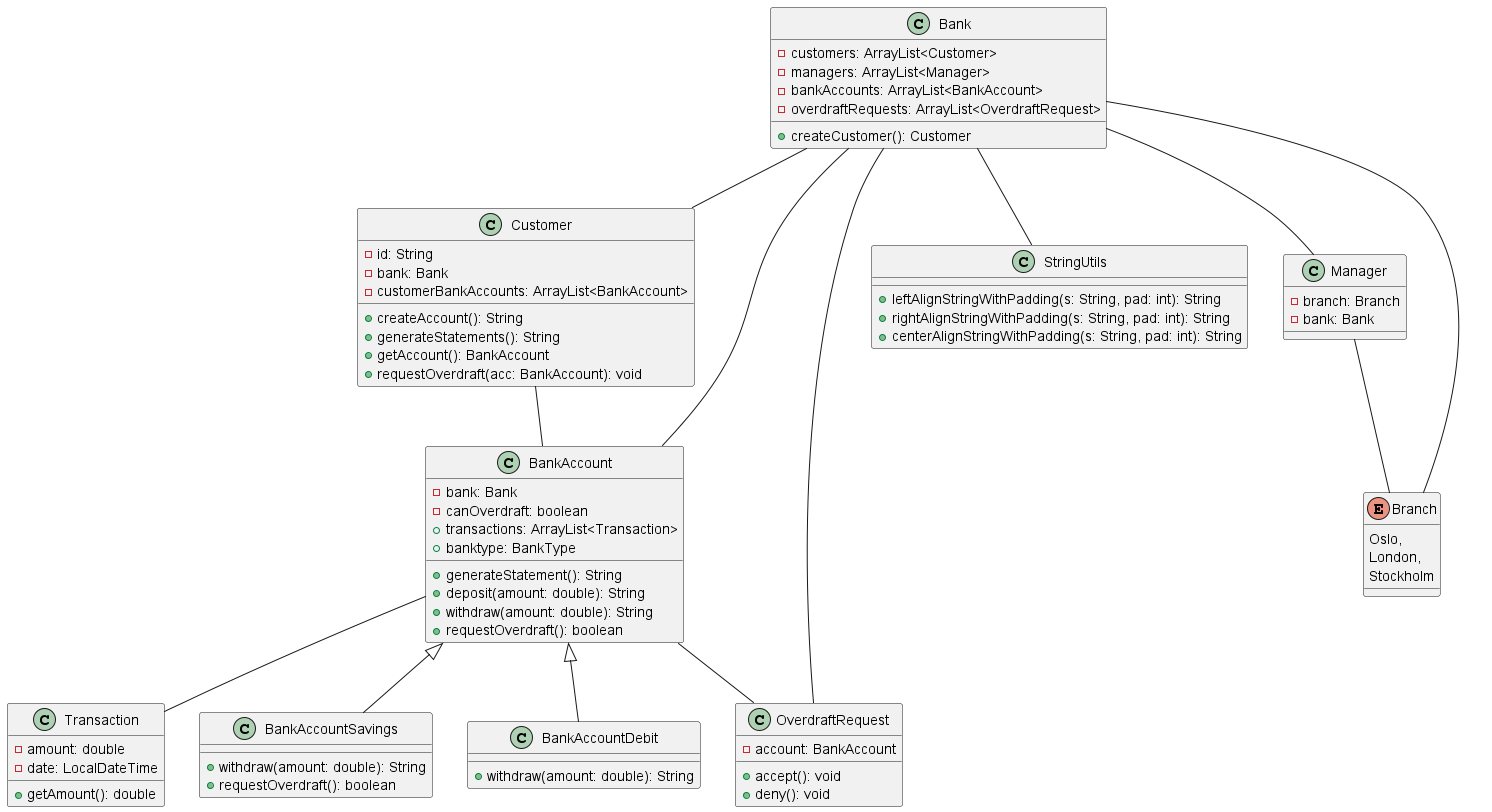
Before: diagram.png, a diagram exported from PlantUML (boolean-uk/java-tdd-oop-bank-challenge).
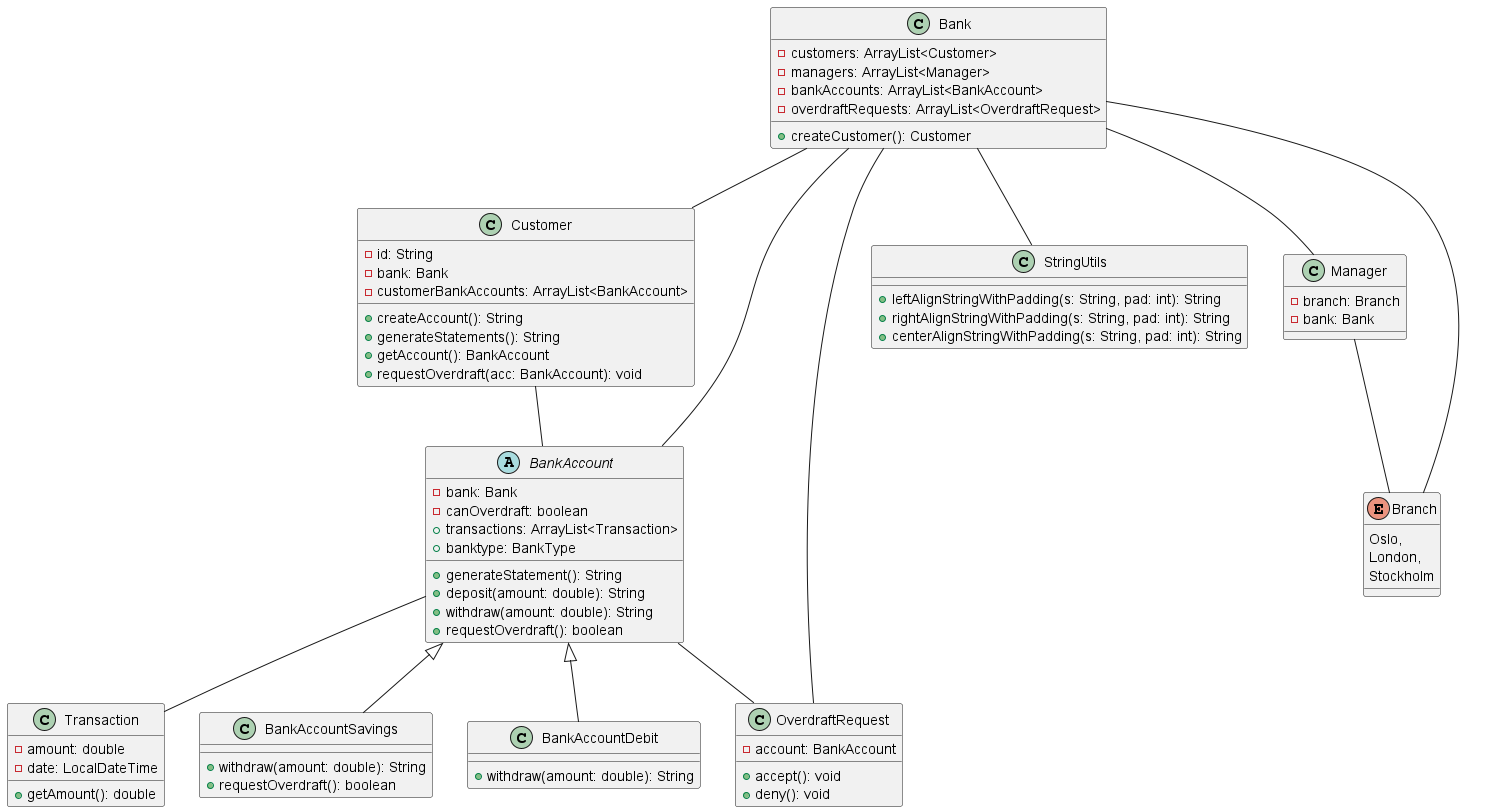
The same diagram one commit later.

Commit message:
bankaccount changed to abstract class

The edit, as a diff of the source:
```diff
@@ -10,7 +10,7 @@
 }
 Customer -- BankAccount
 
-class BankAccount{
+abstract class BankAccount{
     - bank: Bank
     - canOverdraft: boolean
     + transactions: ArrayList<Transaction>
```
